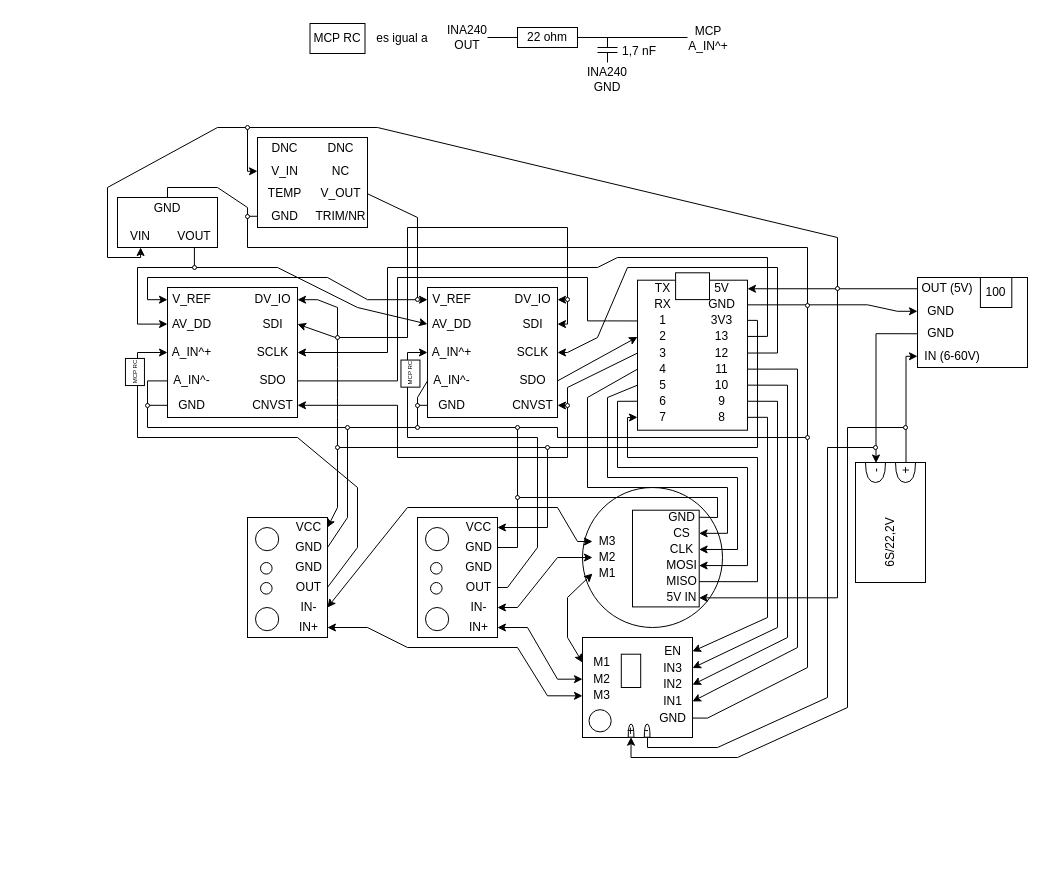
This is fpv-library/repos/Two-axis-thrust-vectoring-Y6-drone-This-project-focuses-on-the-development/Gimbal design/Gimbal design - 7.1/FOC_control/FOC electronics.drawio from RSTKCodeWP/-, a draw.io file, before an edit. Source tidied: cells renumbered, new cells numbered last; positions are measured from the earlier drawing's top-left corner, leaving out a move shared by most shapes. Both pictures are drawn from the tidied source at 100%, with x=0, y=0 at pixel (107, 17).
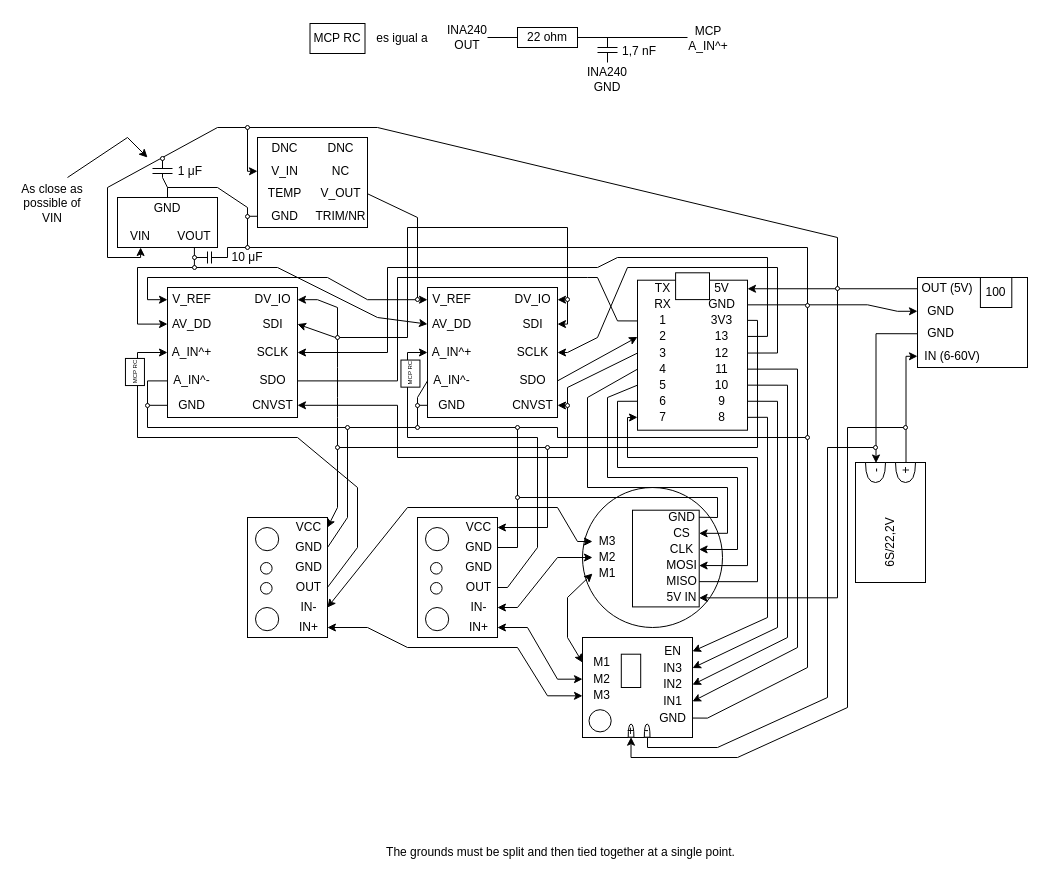
Above is the later version.

The change refers to these unchanged cells:
```xml
<mxCell id="5" value="SDO" style="text;html=1;whiteSpace=wrap;strokeColor=none;fillColor=none;align=center;verticalAlign=middle;rounded=0;" parent="2" vertex="1">
  <mxGeometry x="81.2" y="81.2" width="48.8" height="24.4" as="geometry" />
</mxCell>
<mxCell id="23" value="AV_DD" style="text;html=1;whiteSpace=wrap;strokeColor=none;fillColor=none;align=center;verticalAlign=middle;rounded=0;" parent="15" vertex="1">
  <mxGeometry y="24.4" width="48.8" height="24.4" as="geometry" />
</mxCell>
<mxCell id="70" value="1" style="text;html=1;whiteSpace=wrap;strokeColor=none;fillColor=none;align=center;verticalAlign=middle;rounded=0;" parent="65" vertex="1">
  <mxGeometry y="35.4" width="50.8" height="16.1" as="geometry" />
</mxCell>
<mxCell id="187" style="group;" parent="1" vertex="1">
  <mxGeometry x="10" y="180" width="100" height="50" as="geometry" />
</mxCell>
```

Change to the diagram source:
```diff
@@
     <mxCell id="170" style="endArrow=none;html=1;rounded=0;exitX=1;exitY=0.5;exitDx=0;exitDy=0;entryX=0;entryY=0.5;entryDx=0;entryDy=0;" parent="1" edge="1" source="5" target="70">
       <mxGeometry relative="1" as="geometry">
         <Array as="points">
           <mxPoint x="290" y="363.4" />
           <mxPoint x="290" y="260" />
           <mxPoint x="480" y="260" />
-          <mxPoint x="480" y="303.4" />
-          <mxPoint x="500" y="303.4" />
+          <mxPoint x="490" y="260" />
+          <mxPoint x="510" y="303.4" />
         </Array>
       </mxGeometry>
     </mxCell>
@@
+    <mxCell id="225" style="endArrow=none;html=1;rounded=0;" parent="187" edge="1">
+      <mxGeometry relative="1" as="geometry">
+        <mxPoint x="90" y="54" as="sourcePoint" />
+        <mxPoint x="90" y="66" as="targetPoint" />
+      </mxGeometry>
+    </mxCell>
@@
     <mxCell id="197" style="endArrow=classic;html=1;rounded=0;entryX=0;entryY=0.5;entryDx=0;entryDy=0;" parent="1" edge="1" target="23">
       <mxGeometry relative="1" as="geometry">
         <mxPoint x="80" y="250" as="sourcePoint" />
         <Array as="points">
           <mxPoint x="170" y="250" />
-          <mxPoint x="250" y="290" />
+          <mxPoint x="270" y="300" />
         </Array>
       </mxGeometry>
     </mxCell>
@@
+    <mxCell id="226" value="The grounds must be split and then tied together at a single point." style="text;html=1;whiteSpace=wrap;strokeColor=none;fillColor=none;align=center;verticalAlign=middle;rounded=0;" parent="1" vertex="1">
+      <mxGeometry x="271" y="820" width="365" height="30" as="geometry" />
+    </mxCell>
+    <mxCell id="227" style="endArrow=none;html=1;rounded=0;" parent="1" edge="1">
+      <mxGeometry relative="1" as="geometry">
+        <mxPoint x="55" y="151" as="sourcePoint" />
+        <mxPoint x="55" y="141" as="targetPoint" />
+      </mxGeometry>
+    </mxCell>
+    <mxCell id="228" style="endArrow=none;html=1;rounded=0;" parent="1" edge="1">
+      <mxGeometry relative="1" as="geometry">
+        <mxPoint x="45" y="151" as="sourcePoint" />
+        <mxPoint x="65" y="151" as="targetPoint" />
+      </mxGeometry>
+    </mxCell>
+    <mxCell id="229" style="endArrow=none;html=1;rounded=0;" parent="1" edge="1">
+      <mxGeometry relative="1" as="geometry">
+        <mxPoint x="45" y="156" as="sourcePoint" />
+        <mxPoint x="65" y="156" as="targetPoint" />
+      </mxGeometry>
+    </mxCell>
+    <mxCell id="230" style="endArrow=none;html=1;rounded=0;" parent="1" edge="1">
+      <mxGeometry relative="1" as="geometry">
+        <mxPoint x="60" y="170" as="sourcePoint" />
+        <mxPoint x="55" y="156" as="targetPoint" />
+        <Array as="points">
+          <mxPoint x="55" y="160" />
+        </Array>
+      </mxGeometry>
+    </mxCell>
+    <mxCell id="231" value="1 μF" style="text;html=1;whiteSpace=wrap;strokeColor=none;fillColor=none;align=center;verticalAlign=middle;rounded=0;" parent="1" vertex="1">
+      <mxGeometry x="53" y="139" width="60" height="30" as="geometry" />
+    </mxCell>
+    <mxCell id="232" style="ellipse;whiteSpace=wrap;html=1;" parent="1" vertex="1">
+      <mxGeometry x="53" y="139" width="4" height="4" as="geometry" />
+    </mxCell>
+    <mxCell id="233" value="As close as possible of VIN" style="text;html=1;whiteSpace=wrap;strokeColor=none;fillColor=none;align=center;verticalAlign=middle;rounded=0;" parent="1" vertex="1">
+      <mxGeometry x="-90" y="171" width="70" height="30" as="geometry" />
+    </mxCell>
+    <mxCell id="234" style="endArrow=classic;html=1;rounded=0;" parent="1" edge="1">
+      <mxGeometry relative="1" as="geometry">
+        <mxPoint x="-40" y="160" as="sourcePoint" />
+        <mxPoint x="40" y="140" as="targetPoint" />
+        <Array as="points">
+          <mxPoint x="20" y="120" />
+        </Array>
+      </mxGeometry>
+    </mxCell>
+    <mxCell id="235" value="10 μF" style="text;html=1;whiteSpace=wrap;strokeColor=none;fillColor=none;align=center;verticalAlign=middle;rounded=0;" parent="1" vertex="1">
+      <mxGeometry x="120" y="235" width="40" height="10" as="geometry" />
+    </mxCell>
+    <mxCell id="236" style="endArrow=none;html=1;rounded=0;" parent="1" edge="1">
+      <mxGeometry relative="1" as="geometry">
+        <mxPoint x="87" y="240" as="sourcePoint" />
+        <mxPoint x="100" y="240" as="targetPoint" />
+      </mxGeometry>
+    </mxCell>
+    <mxCell id="237" style="endArrow=none;html=1;rounded=0;" parent="1" edge="1">
+      <mxGeometry relative="1" as="geometry">
+        <mxPoint x="104" y="234" as="sourcePoint" />
+        <mxPoint x="104" y="246" as="targetPoint" />
+      </mxGeometry>
+    </mxCell>
+    <mxCell id="238" style="endArrow=none;html=1;rounded=0;" parent="1" edge="1">
+      <mxGeometry relative="1" as="geometry">
+        <mxPoint x="104" y="240" as="sourcePoint" />
+        <mxPoint x="140" y="230" as="targetPoint" />
+        <Array as="points">
+          <mxPoint x="120" y="240" />
+          <mxPoint x="120" y="230" />
+        </Array>
+      </mxGeometry>
+    </mxCell>
+    <mxCell id="239" style="ellipse;whiteSpace=wrap;html=1;" parent="1" vertex="1">
+      <mxGeometry x="85" y="238" width="4" height="4" as="geometry" />
+    </mxCell>
+    <mxCell id="240" style="ellipse;whiteSpace=wrap;html=1;" parent="1" vertex="1">
+      <mxGeometry x="138" y="228" width="4" height="4" as="geometry" />
+    </mxCell>
```
